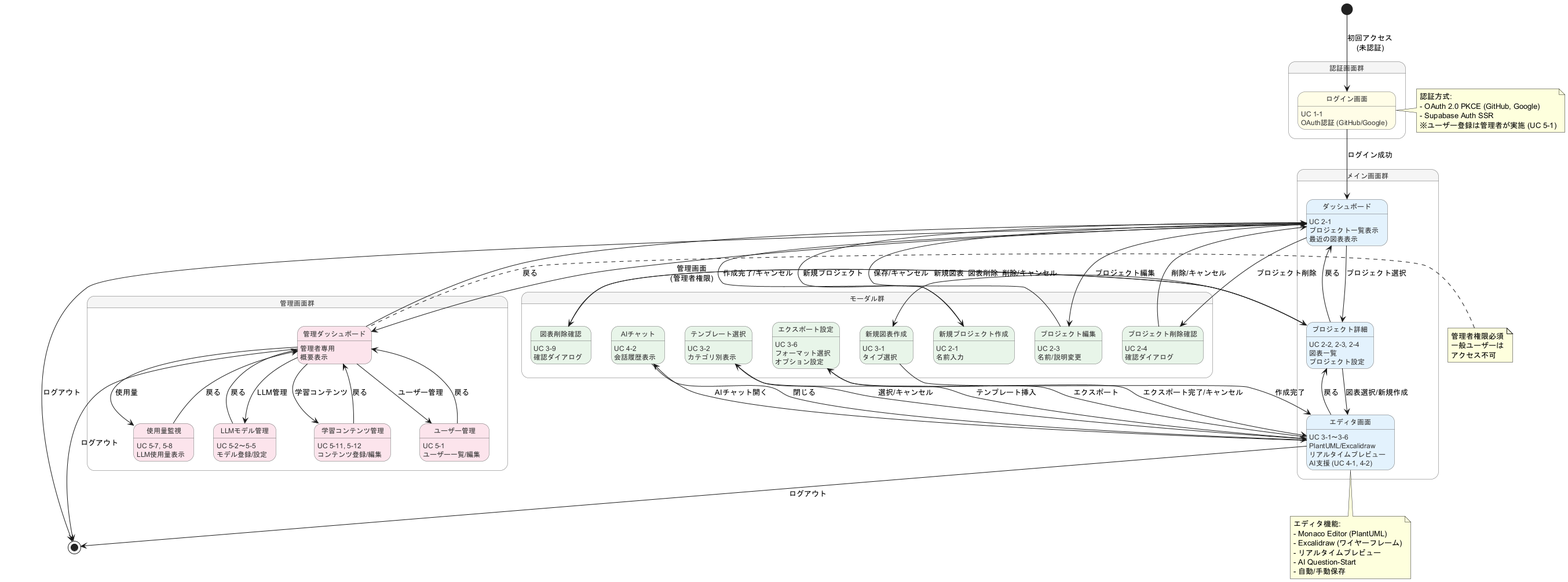
Above: docs/proposals/diagrams/09_screen_transition/PlantUML_Studio_Screen_Transition.png in yoshiwo3/PlantUML2_Opus4.5 (PlantUML), before the change.
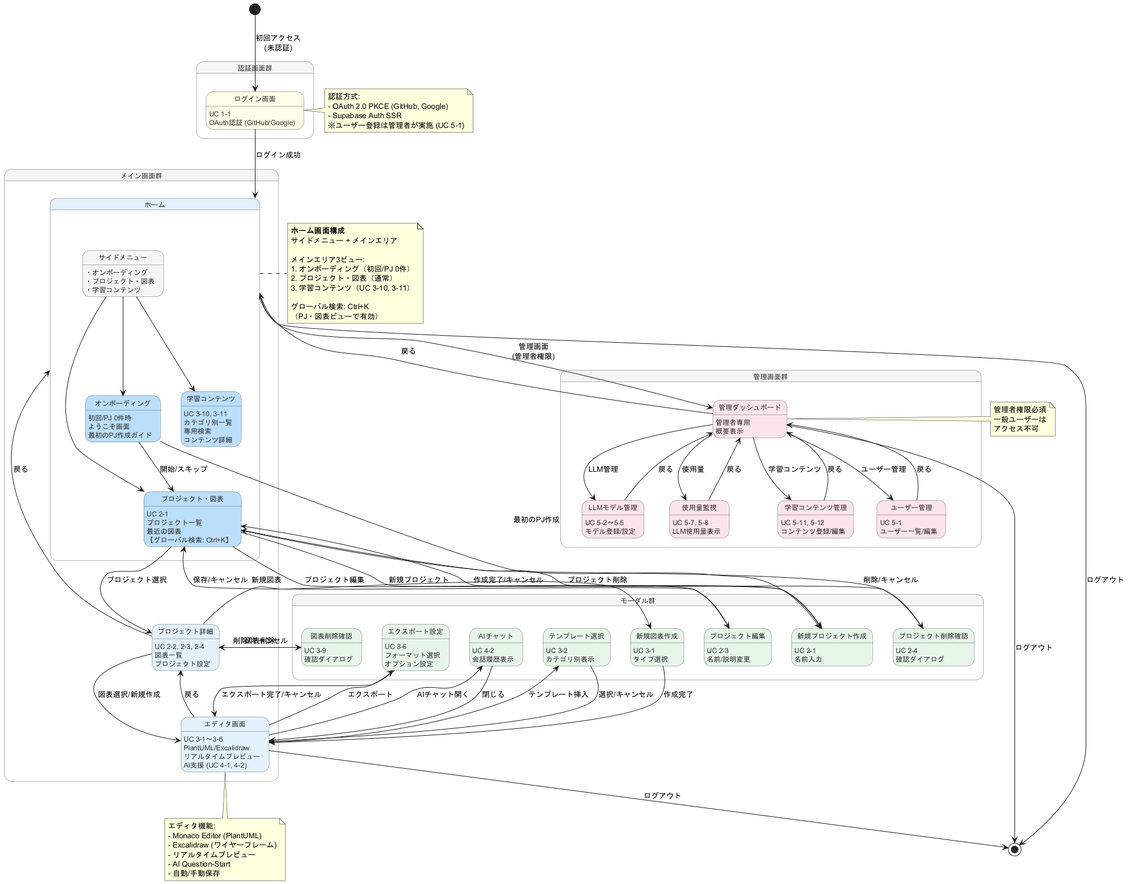
Later version of the same file.

The edit, as a diff of the source:
```diff
@@ -13,6 +13,10 @@
 
 skinparam state<<main>> {
     BackgroundColor #E3F2FD
+}
+
+skinparam state<<view>> {
+    BackgroundColor #BBDEFB
 }
 
 skinparam state<<modal>> {
@@ -32,10 +36,34 @@
 }
 
 state "メイン画面群" as main_group {
-    state "ダッシュボード" as dashboard <<main>>
-    dashboard : UC 2-1
-    dashboard : プロジェクト一覧表示
-    dashboard : 最近の図表表示
+    state "ホーム" as home <<main>> {
+        state "サイドメニュー" as sidebar
+        sidebar : ・オンボーディング
+        sidebar : ・プロジェクト・図表
+        sidebar : ・学習コンテンツ
+
+        state "オンボーディング" as home_onboarding <<view>>
+        home_onboarding : 初回/PJ 0件時
+        home_onboarding : ようこそ画面
+        home_onboarding : 最初のPJ作成ガイド
+
+        state "プロジェクト・図表" as home_projects <<view>>
+        home_projects : UC 2-1
+        home_projects : プロジェクト一覧
+        home_projects : 最近の図表
+        home_projects : 【グローバル検索: Ctrl+K】
+
+        state "学習コンテンツ" as home_learning <<view>>
+        home_learning : UC 3-10, 3-11
+        home_learning : カテゴリ別一覧
+        home_learning : 専用検索
+        home_learning : コンテンツ詳細
+
+        sidebar --> home_onboarding
+        sidebar --> home_projects
+        sidebar --> home_learning
+        home_onboarding --> home_projects : 開始/スキップ
+    }
 
     state "プロジェクト詳細" as project_detail <<main>>
     project_detail : UC 2-2, 2-3, 2-4
@@ -48,9 +76,9 @@
     editor : リアルタイムプレビュー
     editor : AI支援 (UC 4-1, 4-2)
 
-    dashboard --> project_detail : プロジェクト選択
+    home_projects --> project_detail : プロジェクト選択
     project_detail --> editor : 図表選択/新規作成
-    project_detail --> dashboard : 戻る
+    project_detail --> home : 戻る
     editor --> project_detail : 戻る
 }
 
@@ -121,31 +149,32 @@
 }
 
 
-login --> dashboard : ログイン成功
+login --> home : ログイン成功
 
-dashboard --> new_project : 新規プロジェクト
-dashboard --> edit_project : プロジェクト編集
-dashboard --> delete_project : プロジェクト削除
+home_projects --> new_project : 新規プロジェクト
+home_projects --> edit_project : プロジェクト編集
+home_projects --> delete_project : プロジェクト削除
+home_onboarding --> new_project : 最初のPJ作成
 project_detail --> new_diagram : 新規図表
 project_detail --> delete_diagram : 図表削除
 editor --> template : テンプレート挿入
 editor --> export : エクスポート
 editor --> ai_chat : AIチャット開く
 
-new_project --> dashboard : 作成完了/キャンセル
-edit_project --> dashboard : 保存/キャンセル
-delete_project --> dashboard : 削除/キャンセル
+new_project --> home_projects : 作成完了/キャンセル
+edit_project --> home_projects : 保存/キャンセル
+delete_project --> home_projects : 削除/キャンセル
 new_diagram --> editor : 作成完了
 template --> editor : 選択/キャンセル
 export --> editor : エクスポート完了/キャンセル
 delete_diagram --> project_detail : 削除/キャンセル
 ai_chat --> editor : 閉じる
 
-dashboard --> admin_dashboard : 管理画面\n(管理者権限)
+home --> admin_dashboard : 管理画面\n(管理者権限)
 
-admin_dashboard --> dashboard : 戻る
+admin_dashboard --> home : 戻る
 
-dashboard --> [*] : ログアウト
+home --> [*] : ログアウト
 editor --> [*] : ログアウト
 admin_dashboard --> [*] : ログアウト
 
@@ -171,4 +200,17 @@
   アクセス不可
 end note
 
+note right of home
+  **ホーム画面構成**
+  サイドメニュー + メインエリア
+
+  メインエリア3ビュー:
+  1. オンボーディング（初回/PJ 0件）
+  2. プロジェクト・図表（通常）
+  3. 学習コンテンツ（UC 3-10, 3-11）
+
+  グローバル検索: Ctrl+K
+  （PJ・図表ビューで有効）
+end note
+
 @enduml
```
